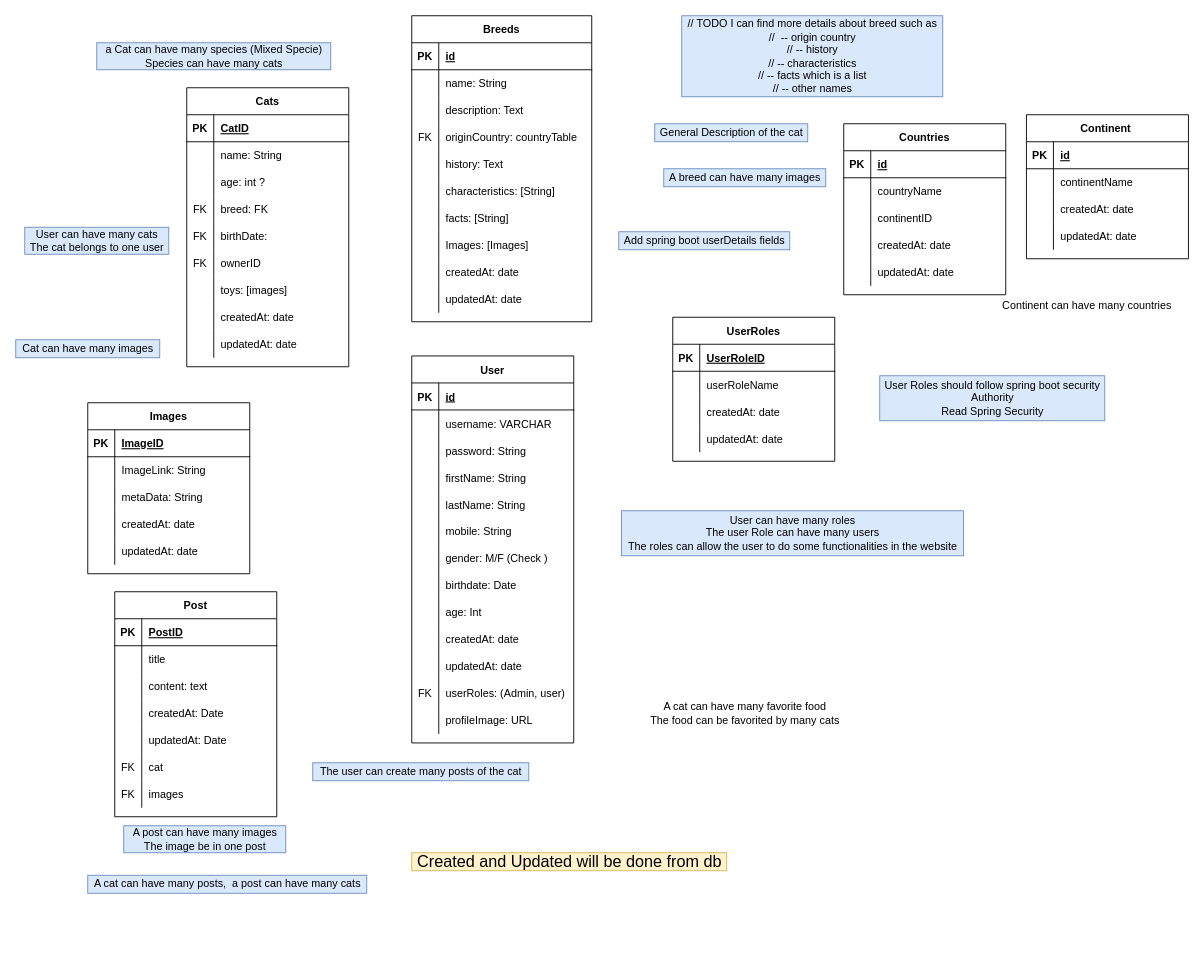
Above: documentation/diagrams/database/ERD.drawio in not9ahmed/cats-finder (draw.io), before the change. Source tidied: cells renumbered, new cells numbered last; positions are measured from the earlier drawing's top-left corner, leaving out a move shared by most shapes. Both pictures are drawn from the tidied source at 90%, with x=0, y=0 at pixel (15, 15).
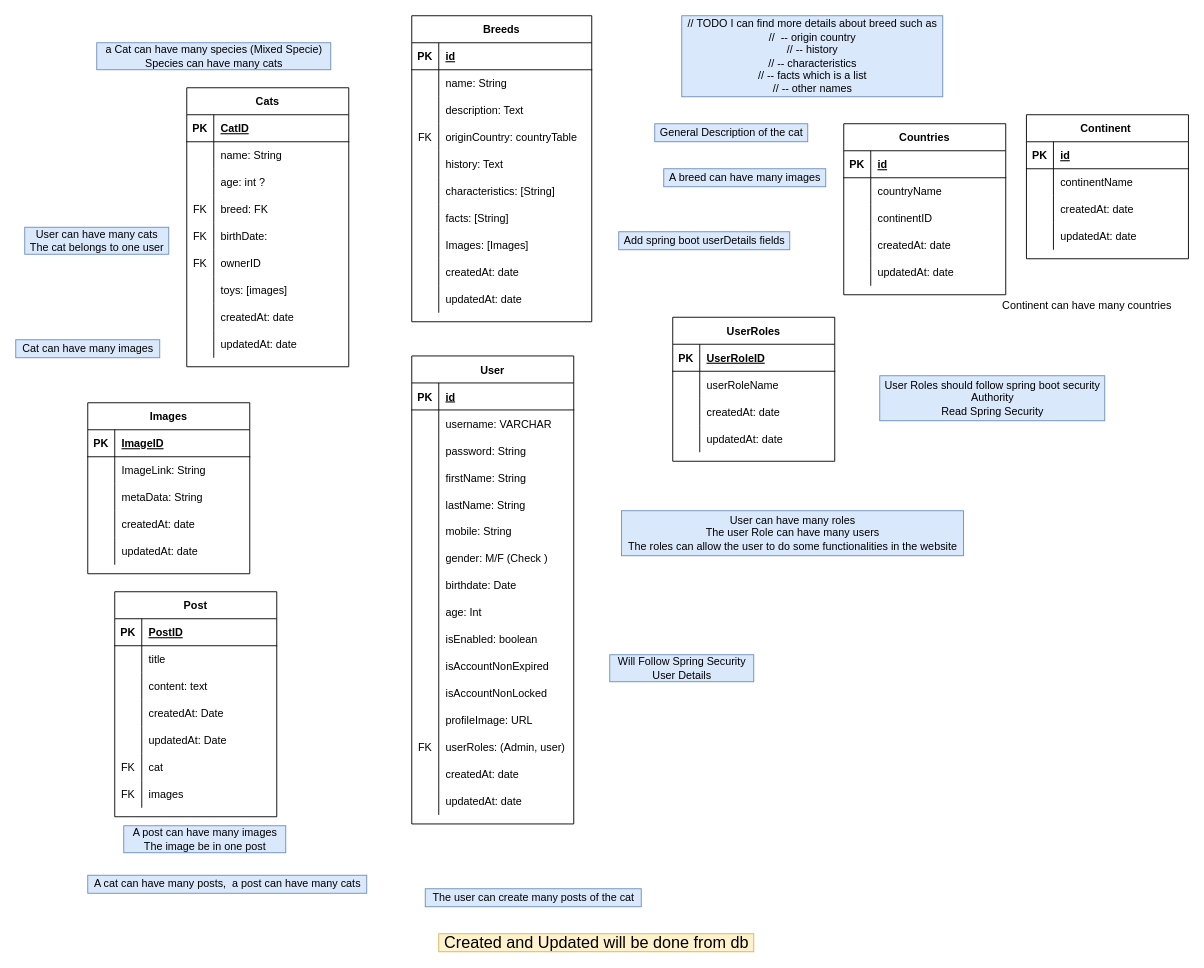
The same diagram, later.

The change refers to these unchanged cells:
```xml
<mxCell id="150" style="shape=tableRow;horizontal=0;startSize=0;swimlaneHead=0;swimlaneBody=0;fillColor=none;top=0;left=0;right=0;bottom=0;" parent="122" vertex="1">
  <mxGeometry y="300" width="180" height="30" as="geometry" />
</mxCell>
<mxCell id="153" style="shape=tableRow;horizontal=0;startSize=0;swimlaneHead=0;swimlaneBody=0;fillColor=none;top=0;left=0;right=0;bottom=0;" parent="122" vertex="1">
  <mxGeometry y="330" width="180" height="30" as="geometry" />
</mxCell>
<mxCell id="156" style="shape=tableRow;horizontal=0;startSize=0;swimlaneHead=0;swimlaneBody=0;fillColor=none;top=0;left=0;right=0;bottom=0;" parent="122" vertex="1">
  <mxGeometry y="360" width="180" height="30" as="geometry" />
</mxCell>
```

What changed in the source:
```diff
@@
     <mxCell id="86" value="The user can create many posts of the cat" style="text;html=1;align=center;verticalAlign=middle;strokeColor=#6c8ebf;fillColor=#dae8fc;" parent="1" vertex="1">
-      <mxGeometry x="330" y="830" width="240" height="20" as="geometry" />
+      <mxGeometry x="455" y="970" width="240" height="20" as="geometry" />
     </mxCell>
-    <mxCell id="87" value="A cat can have many favorite food&lt;br&gt;The food can be favorited by many cats" style="text;html=1;align=center;verticalAlign=middle;strokeColor=none;fillColor=none;" parent="1" vertex="1">
-      <mxGeometry x="695" y="760" width="230" height="30" as="geometry" />
-    </mxCell>
@@
     <mxCell id="122" value="User" style="shape=table;startSize=30;childLayout=tableLayout;rowLines=0;fontStyle=1;align=center;" parent="1" vertex="1">
-      <mxGeometry x="440" y="378" width="180" height="430" as="geometry" />
+      <mxGeometry x="440" y="378" width="180" height="520" as="geometry" />
     </mxCell>
@@
-    <mxCell id="152" value="createdAt: date" style="shape=partialRectangle;fillColor=none;top=0;left=0;bottom=0;right=0;align=left;spacingLeft=6;overflow=hidden;" parent="150" vertex="1">
+    <mxCell id="152" value="isEnabled: boolean" style="shape=partialRectangle;fillColor=none;top=0;left=0;bottom=0;right=0;align=left;spacingLeft=6;overflow=hidden;" parent="150" vertex="1">
       <mxGeometry x="30" width="150" height="30" as="geometry" />
     </mxCell>
@@
-    <mxCell id="155" value="updatedAt: date" style="shape=partialRectangle;fillColor=none;top=0;left=0;bottom=0;right=0;align=left;spacingLeft=6;overflow=hidden;" parent="153" vertex="1">
+    <mxCell id="155" value="isAccountNonExpired" style="shape=partialRectangle;fillColor=none;top=0;left=0;bottom=0;right=0;align=left;spacingLeft=6;overflow=hidden;fontColor=#000000;" parent="153" vertex="1">
       <mxGeometry x="30" width="150" height="30" as="geometry" />
     </mxCell>
@@
-    <mxCell id="157" value="FK" style="shape=partialRectangle;fillColor=none;top=0;left=0;bottom=0;right=0;overflow=hidden;" parent="156" vertex="1">
+    <mxCell id="157" style="shape=partialRectangle;fillColor=none;top=0;left=0;bottom=0;right=0;overflow=hidden;" parent="156" vertex="1">
       <mxGeometry width="30" height="30" as="geometry" />
     </mxCell>
-    <mxCell id="158" value="userRoles: (Admin, user)" style="shape=partialRectangle;fillColor=none;top=0;left=0;bottom=0;right=0;align=left;spacingLeft=6;overflow=hidden;" parent="156" vertex="1">
+    <mxCell id="158" value="isAccountNonLocked" style="shape=partialRectangle;fillColor=none;top=0;left=0;bottom=0;right=0;align=left;spacingLeft=6;overflow=hidden;" parent="156" vertex="1">
       <mxGeometry x="30" width="150" height="30" as="geometry" />
     </mxCell>
@@
+    <mxCell id="196" style="shape=tableRow;horizontal=0;startSize=0;swimlaneHead=0;swimlaneBody=0;fillColor=none;top=0;left=0;right=0;bottom=0;" parent="122" vertex="1">
+      <mxGeometry y="420" width="180" height="30" as="geometry" />
+    </mxCell>
+    <mxCell id="197" value="FK" style="shape=partialRectangle;fillColor=none;top=0;left=0;bottom=0;right=0;overflow=hidden;" parent="196" vertex="1">
+      <mxGeometry width="30" height="30" as="geometry" />
+    </mxCell>
+    <mxCell id="198" value="userRoles: (Admin, user)" style="shape=partialRectangle;fillColor=none;top=0;left=0;bottom=0;right=0;align=left;spacingLeft=6;overflow=hidden;" parent="196" vertex="1">
+      <mxGeometry x="30" width="150" height="30" as="geometry" />
+    </mxCell>
+    <mxCell id="199" style="shape=tableRow;horizontal=0;startSize=0;swimlaneHead=0;swimlaneBody=0;fillColor=none;top=0;left=0;right=0;bottom=0;" parent="122" vertex="1">
+      <mxGeometry y="450" width="180" height="30" as="geometry" />
+    </mxCell>
+    <mxCell id="200" style="shape=partialRectangle;fillColor=none;top=0;left=0;bottom=0;right=0;overflow=hidden;" parent="199" vertex="1">
+      <mxGeometry width="30" height="30" as="geometry" />
+    </mxCell>
+    <mxCell id="201" value="createdAt: date" style="shape=partialRectangle;fillColor=none;top=0;left=0;bottom=0;right=0;align=left;spacingLeft=6;overflow=hidden;" parent="199" vertex="1">
+      <mxGeometry x="30" width="150" height="30" as="geometry" />
+    </mxCell>
+    <mxCell id="202" style="shape=tableRow;horizontal=0;startSize=0;swimlaneHead=0;swimlaneBody=0;fillColor=none;top=0;left=0;right=0;bottom=0;" parent="122" vertex="1">
+      <mxGeometry y="480" width="180" height="30" as="geometry" />
+    </mxCell>
+    <mxCell id="203" style="shape=partialRectangle;fillColor=none;top=0;left=0;bottom=0;right=0;overflow=hidden;" parent="202" vertex="1">
+      <mxGeometry width="30" height="30" as="geometry" />
+    </mxCell>
+    <mxCell id="204" value="updatedAt: date" style="shape=partialRectangle;fillColor=none;top=0;left=0;bottom=0;right=0;align=left;spacingLeft=6;overflow=hidden;" parent="202" vertex="1">
+      <mxGeometry x="30" width="150" height="30" as="geometry" />
+    </mxCell>
@@
     <mxCell id="194" value="&lt;font style=&quot;font-size: 18px&quot;&gt;Created and Updated will be done from db&lt;/font&gt;" style="text;html=1;align=center;verticalAlign=middle;strokeColor=#d6b656;fillColor=#fff2cc;" parent="1" vertex="1">
-      <mxGeometry x="440" y="930" width="350" height="20" as="geometry" />
+      <mxGeometry x="470" y="1020" width="350" height="20" as="geometry" />
     </mxCell>
@@
+    <mxCell id="205" value="Will Follow Spring Security&lt;br&gt;User Details" style="text;html=1;align=center;verticalAlign=middle;strokeColor=#6c8ebf;fillColor=#dae8fc;" parent="1" vertex="1">
+      <mxGeometry x="660" y="710" width="160" height="30" as="geometry" />
+    </mxCell>
```
